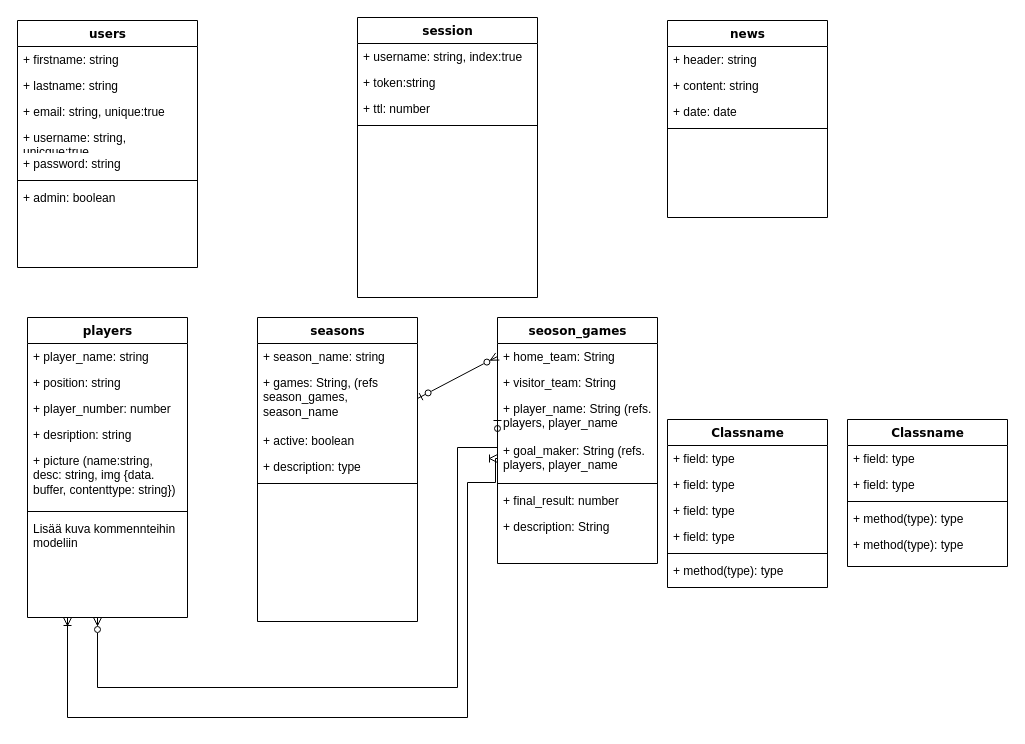
blackunicorn89/football_backend keeps this draw.io diagram as models.drawio. Above is the earlier version. Source tidied: cells renumbered, new cells numbered last; positions are measured from the earlier drawing's top-left corner, leaving out a move shared by most shapes. Both pictures are drawn from the tidied source at 100%, with x=0, y=0 at pixel (17, 17).
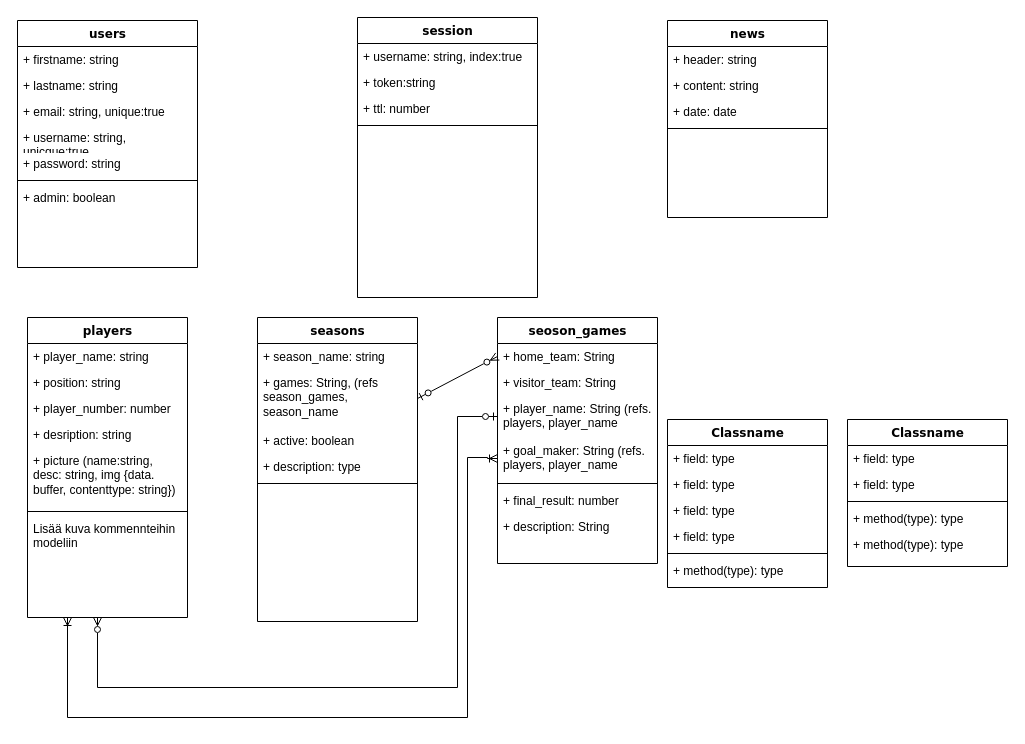
The same page after the edit.

Unchanged cells that the change refers to:
```xml
<mxCell id="20" value="players" style="swimlane;html=1;fontStyle=1;align=center;verticalAlign=top;horizontal=1;startSize=26;swimlaneFillColor=#ffffff;rounded=0;shadow=0;comic=0;labelBackgroundColor=none;strokeWidth=1;fillColor=none;fontFamily=Verdana;fontSize=12;" parent="1" vertex="1">
  <mxGeometry x="10" y="300" width="160" height="300" as="geometry" />
</mxCell>
<mxCell id="34" value="seoson_games" style="swimlane;html=1;fontStyle=1;align=center;verticalAlign=top;horizontal=1;startSize=26;swimlaneFillColor=#ffffff;rounded=0;shadow=0;comic=0;labelBackgroundColor=none;strokeWidth=1;fillColor=none;fontFamily=Verdana;fontSize=12;" parent="1" vertex="1">
  <mxGeometry x="480" y="300" width="160" height="246" as="geometry" />
</mxCell>
<mxCell id="39" value="+ goal_maker: String (refs. players, player_name" style="text;html=1;strokeColor=none;fillColor=none;align=left;verticalAlign=top;spacingLeft=4;spacingRight=4;whiteSpace=wrap;overflow=hidden;points=[[0,0.5],[1,0.5]];portConstraint=eastwest;" parent="34" vertex="1">
  <mxGeometry y="120" width="160" height="42" as="geometry" />
</mxCell>
```

Diff of the diagram source:
```diff
@@
     <mxCell id="37" style="endArrow=ERzeroToMany;startArrow=ERzeroToOne;html=1;rounded=0;edgeStyle=orthogonalEdgeStyle;startFill=0;endFill=0;" parent="34" edge="1">
       <mxGeometry relative="1" as="geometry">
         <mxPoint y="99" as="sourcePoint" />
         <mxPoint x="-400" y="300" as="targetPoint" />
         <Array as="points">
-          <mxPoint y="130" />
-          <mxPoint x="-40" y="130" />
+          <mxPoint x="-40" y="99" />
           <mxPoint x="-40" y="370" />
           <mxPoint x="-400" y="370" />
         </Array>
       </mxGeometry>
     </mxCell>
@@
-    <mxCell id="57" style="endArrow=ERoneToMany;startArrow=ERoneToMany;html=1;rounded=0;edgeStyle=orthogonalEdgeStyle;entryX=0.25;entryY=1;entryDx=0;entryDy=0;startFill=0;endFill=0;" parent="1" edge="1" source="39" target="20">
+    <mxCell id="57" style="endArrow=ERoneToMany;startArrow=ERoneToMany;html=1;rounded=0;edgeStyle=orthogonalEdgeStyle;entryX=0.25;entryY=1;entryDx=0;entryDy=0;startFill=0;endFill=0;exitX=0;exitY=0.5;exitDx=0;exitDy=0;" parent="1" edge="1" source="39" target="20">
       <mxGeometry relative="1" as="geometry">
         <Array as="points">
-          <mxPoint x="478" y="441" />
-          <mxPoint x="478" y="465" />
-          <mxPoint x="450" y="465" />
+          <mxPoint x="470" y="441" />
+          <mxPoint x="470" y="440" />
+          <mxPoint x="450" y="440" />
           <mxPoint x="450" y="700" />
           <mxPoint x="50" y="700" />
         </Array>
       </mxGeometry>
     </mxCell>
```
